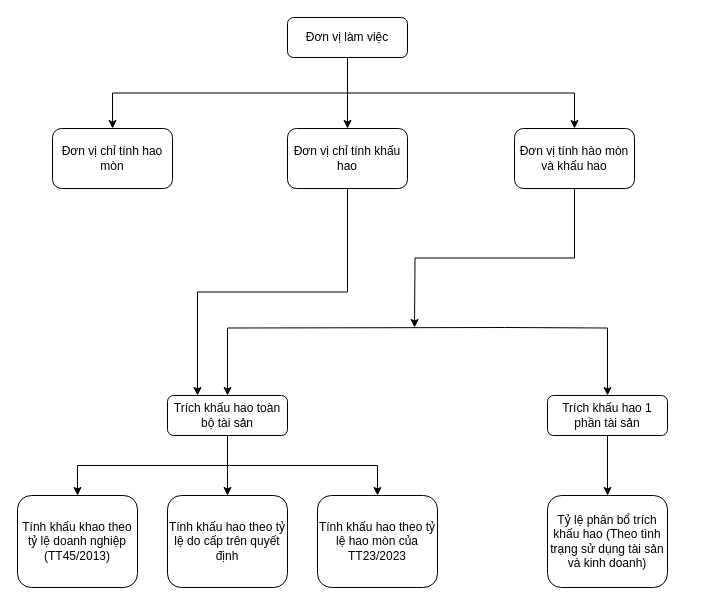
Above: page "Page-2" (2 of 2) of Untitled Diagram.drawio in Serria117/AccMng (draw.io), before the change. Source tidied: cells renumbered, new cells numbered last; positions are measured from the earlier drawing's top-left corner, leaving out a move shared by most shapes. Both pictures are drawn from the tidied source at 100%, with x=0, y=0 at pixel (17, 17).
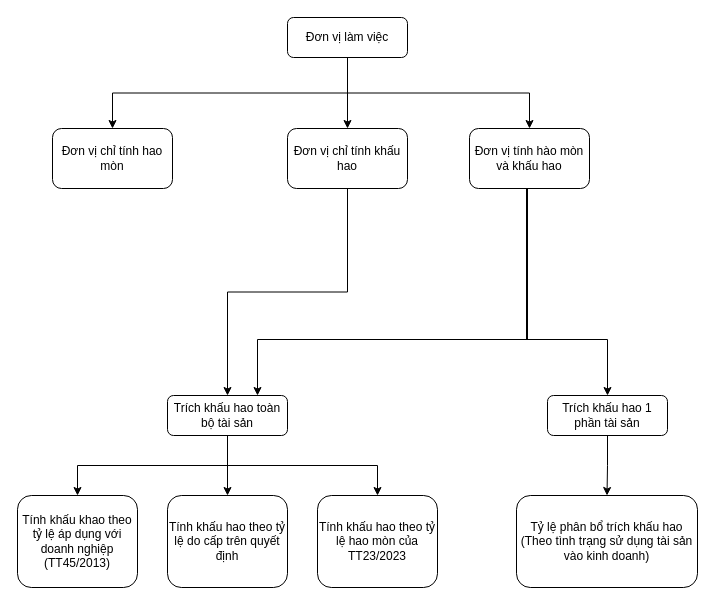
After the change.

The change refers to these unchanged cells:
```xml
<mxCell id="7" value="Trích khấu hao toàn bộ tài sản" style="rounded=1;whiteSpace=wrap;html=1;" parent="1" vertex="1">
  <mxGeometry x="150" y="378" width="120" height="40" as="geometry" />
</mxCell>
<mxCell id="9" value="Trích khấu hao 1 phần tài sản" style="rounded=1;whiteSpace=wrap;html=1;" parent="1" vertex="1">
  <mxGeometry x="530" y="378" width="120" height="40" as="geometry" />
</mxCell>
<mxCell id="16" value="Đơn vị chỉ tính khấu hao" style="rounded=1;whiteSpace=wrap;html=1;" parent="1" vertex="1">
  <mxGeometry x="270" y="111" width="120" height="60" as="geometry" />
</mxCell>
```

The edit, as a diff of the source:
```diff
@@
-    <mxCell id="2" style="edgeStyle=orthogonalEdgeStyle;rounded=0;jettySize=auto;html=1;exitX=0.5;exitY=1;exitDx=0;exitDy=0;entryX=0.5;entryY=0;entryDx=0;entryDy=0;" parent="1" edge="1" target="7">
-      <mxGeometry relative="1" as="geometry">
-        <mxPoint x="487" y="310" as="sourcePoint" />
-      </mxGeometry>
-    </mxCell>
-    <mxCell id="3" style="edgeStyle=orthogonalEdgeStyle;rounded=0;jettySize=auto;html=1;exitX=0.5;exitY=1;exitDx=0;exitDy=0;entryX=0.5;entryY=0;entryDx=0;entryDy=0;" parent="1" edge="1" target="9">
-      <mxGeometry relative="1" as="geometry">
-        <mxPoint x="487" y="310" as="sourcePoint" />
-      </mxGeometry>
-    </mxCell>
@@
-    <mxCell id="10" value="Tính khấu khao theo tỷ lệ doanh nghiệp (TT45/2013)" style="rounded=1;whiteSpace=wrap;html=1;" parent="1" vertex="1">
+    <mxCell id="10" value="Tính khấu khao theo tỷ lệ áp dụng với doanh nghiệp (TT45/2013)" style="rounded=1;whiteSpace=wrap;html=1;" parent="1" vertex="1">
       <mxGeometry y="478" width="120" height="92" as="geometry" />
     </mxCell>
@@
-    <mxCell id="12" value="Tỷ lệ phân bổ trích khấu hao (Theo tình trạng sử dụng tài sản và kinh doanh)" style="rounded=1;whiteSpace=wrap;html=1;" parent="1" vertex="1">
-      <mxGeometry x="530" y="478" width="120" height="92" as="geometry" />
+    <mxCell id="12" value="Tỷ lệ phân bổ trích khấu hao (Theo tình trạng sử dụng tài sản vào kinh doanh)" style="rounded=1;whiteSpace=wrap;html=1;" parent="1" vertex="1">
+      <mxGeometry x="499" y="478" width="181" height="92" as="geometry" />
     </mxCell>
@@
-    <mxCell id="15" style="edgeStyle=orthogonalEdgeStyle;rounded=0;jettySize=auto;html=1;exitX=0.5;exitY=1;exitDx=0;exitDy=0;entryX=0.25;entryY=0;entryDx=0;entryDy=0;" parent="1" edge="1" source="16" target="7">
+    <mxCell id="15" style="edgeStyle=orthogonalEdgeStyle;rounded=0;jettySize=auto;html=1;exitX=0.5;exitY=1;exitDx=0;exitDy=0;entryX=0.5;entryY=0;entryDx=0;entryDy=0;" parent="1" edge="1" source="16" target="7">
       <mxGeometry relative="1" as="geometry" />
     </mxCell>
@@
-    <mxCell id="17" style="edgeStyle=orthogonalEdgeStyle;rounded=0;jettySize=auto;html=1;exitX=0.5;exitY=1;exitDx=0;exitDy=0;" parent="1" edge="1" source="18">
-      <mxGeometry relative="1" as="geometry">
-        <mxPoint x="397" y="310" as="targetPoint" />
-      </mxGeometry>
-    </mxCell>
+    <mxCell id="23" style="edgeStyle=orthogonalEdgeStyle;rounded=0;jettySize=auto;html=1;exitX=0.5;exitY=1;exitDx=0;exitDy=0;entryX=0.5;entryY=0;entryDx=0;entryDy=0;" parent="1" edge="1" source="18" target="9">
+      <mxGeometry relative="1" as="geometry">
+        <Array as="points">
+          <mxPoint x="509" y="171" />
+          <mxPoint x="509" y="322" />
+          <mxPoint x="590" y="322" />
+        </Array>
+      </mxGeometry>
+    </mxCell>
+    <mxCell id="24" style="edgeStyle=orthogonalEdgeStyle;rounded=0;jettySize=auto;html=1;exitX=0.5;exitY=1;exitDx=0;exitDy=0;entryX=0.75;entryY=0;entryDx=0;entryDy=0;" parent="1" edge="1" source="18" target="7">
+      <mxGeometry relative="1" as="geometry">
+        <Array as="points">
+          <mxPoint x="510" y="171" />
+          <mxPoint x="510" y="322" />
+          <mxPoint x="240" y="322" />
+        </Array>
+      </mxGeometry>
+    </mxCell>
     <mxCell id="18" value="Đơn vị tính hào mòn và khấu hao" style="rounded=1;whiteSpace=wrap;html=1;" parent="1" vertex="1">
-      <mxGeometry x="497" y="111" width="120" height="60" as="geometry" />
+      <mxGeometry x="452" y="111" width="120" height="60" as="geometry" />
     </mxCell>
```
